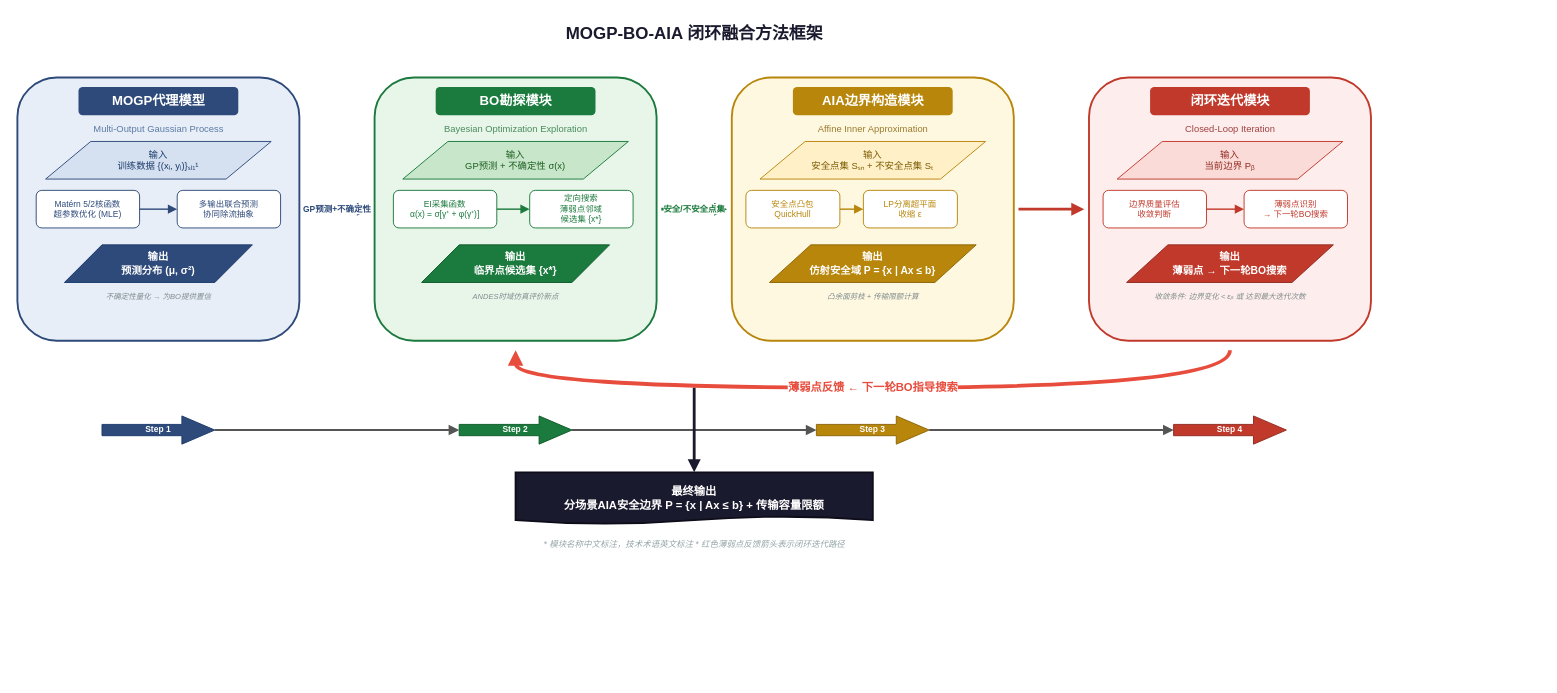
The draw.io diagram paper/figures/fig2_framework.drawio in shannondelaune56262-source/beyesgp, before the edit. Source tidied: cells renumbered, new cells numbered last; positions are measured from the earlier drawing's top-left corner, leaving out a move shared by most shapes. Both pictures are drawn from the tidied source at 94%, with x=0, y=0 at pixel (17, 16).
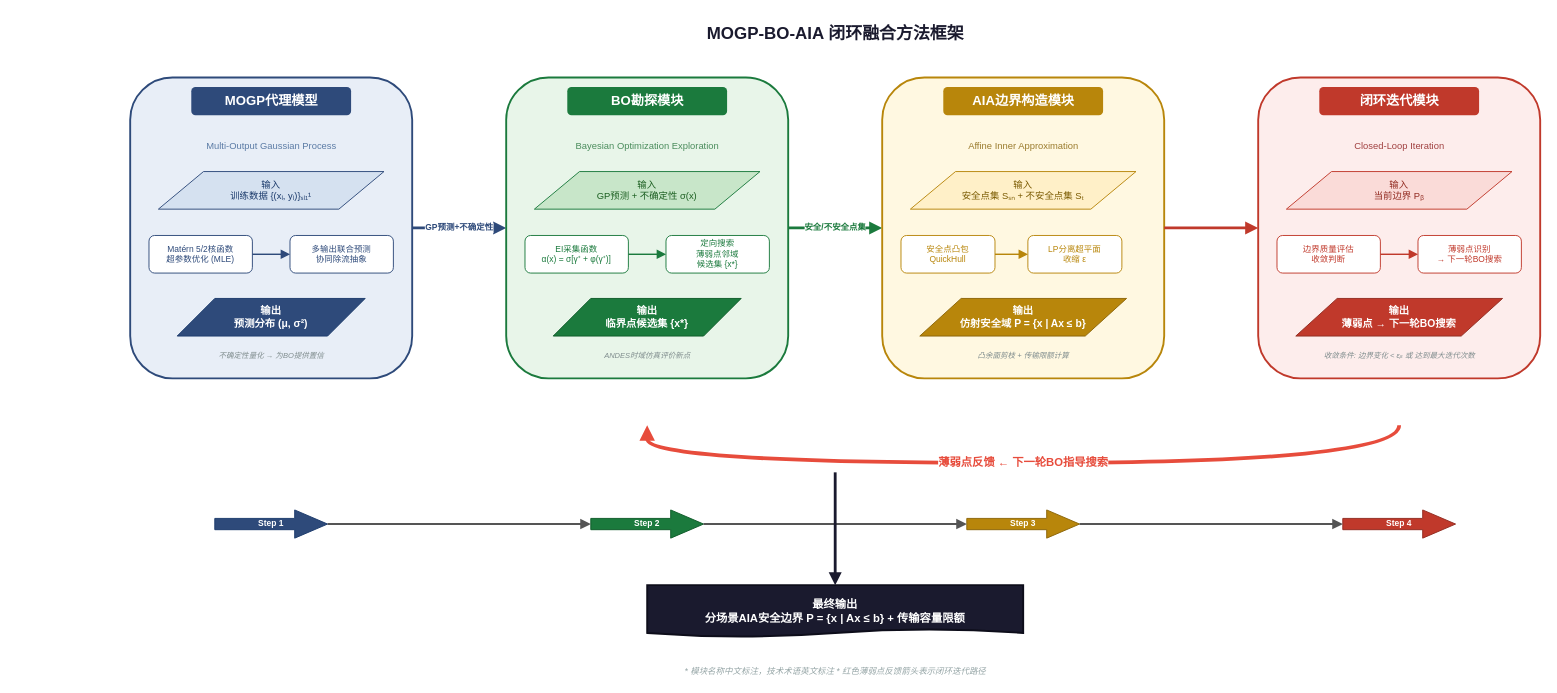
The same page after the edit.

What changed in the source:
```diff
@@
     <mxCell id="2" value="MOGP-BO-AIA 闭环融合方法框架" style="text;html=1;align=center;verticalAlign=middle;fontSize=18;fontStyle=1;fontColor=#1A1A2E;" parent="1" vertex="1">
-      <mxGeometry x="470" width="500" height="36" as="geometry" />
+      <mxGeometry x="620" width="500" height="36" as="geometry" />
     </mxCell>
     <mxCell id="3" style="rounded=1;whiteSpace=wrap;fillColor=#E8EEF7;strokeColor=#2E4A7A;strokeWidth=2;" parent="1" vertex="1">
-      <mxGeometry y="65" width="300" height="280" as="geometry" />
+      <mxGeometry x="120" y="65" width="300" height="320" as="geometry" />
     </mxCell>
     <mxCell id="4" value="MOGP代理模型" style="text;html=1;fontSize=14;fontStyle=1;fontColor=#FFFFFF;fillColor=#2E4A7A;strokeColor=none;rounded=1;align=center;verticalAlign=middle;" parent="1" vertex="1">
-      <mxGeometry x="65" y="75" width="170" height="30" as="geometry" />
+      <mxGeometry x="185" y="75" width="170" height="30" as="geometry" />
     </mxCell>
     <mxCell id="5" value="Multi-Output Gaussian Process" style="text;html=1;fontSize=10;fontColor=#5B7BA5;align=center;" parent="1" vertex="1">
-      <mxGeometry x="50" y="107" width="200" height="18" as="geometry" />
+      <mxGeometry x="170" y="125" width="200" height="18" as="geometry" />
     </mxCell>
     <mxCell id="6" value="输入&#10;训练数据 {(xᵢ, yᵢ)}ₛᵢ₁¹" style="shape=parallelogram;whiteSpace=wrap;fillColor=#D5E1F0;strokeColor=#2E4A7A;strokeWidth=1;fontSize=10;fontColor=#1B3A6B;fontStyle=0;align=center;" parent="1" vertex="1">
-      <mxGeometry x="30" y="133" width="240" height="40" as="geometry" />
+      <mxGeometry x="150" y="165" width="240" height="40" as="geometry" />
     </mxCell>
     <mxCell id="7" value="Matérn 5/2核函数&#10;超参数优化 (MLE)" style="rounded=1;whiteSpace=wrap;fillColor=#FFFFFF;strokeColor=#2E4A7A;strokeWidth=1;fontSize=9;fontColor=#2E4A7A;align=center;" parent="1" vertex="1">
-      <mxGeometry x="20" y="185" width="110" height="40" as="geometry" />
+      <mxGeometry x="140" y="233" width="110" height="40" as="geometry" />
     </mxCell>
     <mxCell id="8" value="多输出联合预测&#10;协同除流抽象" style="rounded=1;whiteSpace=wrap;fillColor=#FFFFFF;strokeColor=#2E4A7A;strokeWidth=1;fontSize=9;fontColor=#2E4A7A;align=center;" parent="1" vertex="1">
-      <mxGeometry x="170" y="185" width="110" height="40" as="geometry" />
+      <mxGeometry x="290" y="233" width="110" height="40" as="geometry" />
     </mxCell>
     <mxCell id="9" style="endArrow=block;html=1;strokeColor=#2E4A7A;strokeWidth=1.5;" parent="1" edge="1">
       <mxGeometry relative="1" as="geometry">
-        <mxPoint x="130" y="205" as="sourcePoint" />
-        <mxPoint x="170" y="205" as="targetPoint" />
+        <mxPoint x="250" y="253" as="sourcePoint" />
+        <mxPoint x="290" y="253" as="targetPoint" />
       </mxGeometry>
     </mxCell>
     <mxCell id="10" value="输出&#10;预测分布 (μ, σ²)" style="shape=parallelogram;whiteSpace=wrap;fillColor=#2E4A7A;strokeColor=#1B3A6B;strokeWidth=1;fontSize=11;fontColor=#FFFFFF;fontStyle=1;align=center;" parent="1" vertex="1">
-      <mxGeometry x="50" y="243" width="200" height="40" as="geometry" />
+      <mxGeometry x="170" y="300" width="200" height="40" as="geometry" />
     </mxCell>
     <mxCell id="11" value="不确定性量化 → 为BO提供置信" style="text;html=1;fontSize=8;fontColor=#7F8C8D;fontStyle=2;align=center;" parent="1" vertex="1">
-      <mxGeometry x="50" y="287" width="200" height="16" as="geometry" />
+      <mxGeometry x="170" y="350" width="200" height="16" as="geometry" />
     </mxCell>
-    <mxCell id="12" value="GP预测+不确定性" style="endArrow=block;html=1;strokeColor=#2E4A7A;strokeWidth=3;fontSize=9;fontStyle=1;fontColor=#2E4A7A;labelBackgroundColor=#FFFFFF;" parent="1" edge="1">
+    <mxCell id="12" value="GP预测+不确定性" style="endArrow=block;html=1;strokeColor=#2E4A7A;strokeWidth=3;fontSize=9;fontStyle=1;fontColor=#2E4A7A;labelBackgroundColor=#FFFFFF;verticalLabelPosition=top;labelPosition=center;" parent="1" edge="1">
       <mxGeometry relative="1" as="geometry">
-        <mxPoint x="305" y="205" as="sourcePoint" />
-        <mxPoint x="375" y="205" as="targetPoint" />
+        <mxPoint x="420" y="225" as="sourcePoint" />
+        <mxPoint x="520" y="225" as="targetPoint" />
       </mxGeometry>
     </mxCell>
     <mxCell id="13" style="rounded=1;whiteSpace=wrap;fillColor=#E8F5E9;strokeColor=#1B7A3D;strokeWidth=2;" parent="1" vertex="1">
-      <mxGeometry x="380" y="65" width="300" height="280" as="geometry" />
+      <mxGeometry x="520" y="65" width="300" height="320" as="geometry" />
     </mxCell>
     <mxCell id="14" value="BO勘探模块" style="text;html=1;fontSize=14;fontStyle=1;fontColor=#FFFFFF;fillColor=#1B7A3D;strokeColor=none;rounded=1;align=center;verticalAlign=middle;" parent="1" vertex="1">
-      <mxGeometry x="445" y="75" width="170" height="30" as="geometry" />
+      <mxGeometry x="585" y="75" width="170" height="30" as="geometry" />
     </mxCell>
     <mxCell id="15" value="Bayesian Optimization Exploration" style="text;html=1;fontSize=10;fontColor=#4A8C5C;align=center;" parent="1" vertex="1">
-      <mxGeometry x="430" y="107" width="200" height="18" as="geometry" />
+      <mxGeometry x="570" y="125" width="200" height="18" as="geometry" />
     </mxCell>
     <mxCell id="16" value="输入&#10;GP预测 + 不确定性 σ(x)" style="shape=parallelogram;whiteSpace=wrap;fillColor=#C8E6C9;strokeColor=#1B7A3D;strokeWidth=1;fontSize=10;fontColor=#1B5E20;align=center;" parent="1" vertex="1">
-      <mxGeometry x="410" y="133" width="240" height="40" as="geometry" />
+      <mxGeometry x="550" y="165" width="240" height="40" as="geometry" />
     </mxCell>
     <mxCell id="17" value="EI采集函数&#10;α(x) = σ[γ⁺ + φ(γ⁺)]" style="rounded=1;whiteSpace=wrap;fillColor=#FFFFFF;strokeColor=#1B7A3D;strokeWidth=1;fontSize=9;fontColor=#1B7A3D;align=center;" parent="1" vertex="1">
-      <mxGeometry x="400" y="185" width="110" height="40" as="geometry" />
+      <mxGeometry x="540" y="233" width="110" height="40" as="geometry" />
     </mxCell>
     <mxCell id="18" value="定向搜索&#10;薄弱点邻域&#10;候选集 {x*}" style="rounded=1;whiteSpace=wrap;fillColor=#FFFFFF;strokeColor=#1B7A3D;strokeWidth=1;fontSize=9;fontColor=#1B7A3D;align=center;" parent="1" vertex="1">
-      <mxGeometry x="545" y="185" width="110" height="40" as="geometry" />
+      <mxGeometry x="690" y="233" width="110" height="40" as="geometry" />
     </mxCell>
     <mxCell id="19" style="endArrow=block;html=1;strokeColor=#1B7A3D;strokeWidth=1.5;" parent="1" edge="1">
       <mxGeometry relative="1" as="geometry">
-        <mxPoint x="510" y="205" as="sourcePoint" />
-        <mxPoint x="545" y="205" as="targetPoint" />
+        <mxPoint x="650" y="253" as="sourcePoint" />
+        <mxPoint x="690" y="253" as="targetPoint" />
       </mxGeometry>
     </mxCell>
     <mxCell id="20" value="输出&#10;临界点候选集 {x*}" style="shape=parallelogram;whiteSpace=wrap;fillColor=#1B7A3D;strokeColor=#0D5A28;strokeWidth=1;fontSize=11;fontColor=#FFFFFF;fontStyle=1;align=center;" parent="1" vertex="1">
-      <mxGeometry x="430" y="243" width="200" height="40" as="geometry" />
+      <mxGeometry x="570" y="300" width="200" height="40" as="geometry" />
     </mxCell>
     <mxCell id="21" value="ANDES时域仿真评价新点" style="text;html=1;fontSize=8;fontColor=#7F8C8D;fontStyle=2;align=center;" parent="1" vertex="1">
-      <mxGeometry x="430" y="287" width="200" height="16" as="geometry" />
+      <mxGeometry x="570" y="350" width="200" height="16" as="geometry" />
     </mxCell>
-    <mxCell id="22" value="安全/不安全点集" style="endArrow=block;html=1;strokeColor=#1B7A3D;strokeWidth=3;fontSize=9;fontStyle=1;fontColor=#1B7A3D;labelBackgroundColor=#FFFFFF;" parent="1" edge="1">
+    <mxCell id="22" value="安全/不安全点集" style="endArrow=block;html=1;strokeColor=#1B7A3D;strokeWidth=3;fontSize=9;fontStyle=1;fontColor=#1B7A3D;labelBackgroundColor=#FFFFFF;verticalLabelPosition=top;labelPosition=center;" parent="1" edge="1">
       <mxGeometry relative="1" as="geometry">
-        <mxPoint x="685" y="205" as="sourcePoint" />
-        <mxPoint x="755" y="205" as="targetPoint" />
+        <mxPoint x="820" y="225" as="sourcePoint" />
+        <mxPoint x="920" y="225" as="targetPoint" />
       </mxGeometry>
     </mxCell>
     <mxCell id="23" style="rounded=1;whiteSpace=wrap;fillColor=#FFF8E1;strokeColor=#B8860B;strokeWidth=2;" parent="1" vertex="1">
-      <mxGeometry x="760" y="65" width="300" height="280" as="geometry" />
+      <mxGeometry x="920" y="65" width="300" height="320" as="geometry" />
     </mxCell>
     <mxCell id="24" value="AIA边界构造模块" style="text;html=1;fontSize=14;fontStyle=1;fontColor=#FFFFFF;fillColor=#B8860B;strokeColor=none;rounded=1;align=center;verticalAlign=middle;" parent="1" vertex="1">
-      <mxGeometry x="825" y="75" width="170" height="30" as="geometry" />
+      <mxGeometry x="985" y="75" width="170" height="30" as="geometry" />
     </mxCell>
     <mxCell id="25" value="Affine Inner Approximation" style="text;html=1;fontSize=10;fontColor=#9A7B2D;align=center;" parent="1" vertex="1">
-      <mxGeometry x="810" y="107" width="200" height="18" as="geometry" />
+      <mxGeometry x="970" y="125" width="200" height="18" as="geometry" />
     </mxCell>
     <mxCell id="26" value="输入&#10;安全点集 Sₛₙ + 不安全点集 Sₜ" style="shape=parallelogram;whiteSpace=wrap;fillColor=#FFF0C8;strokeColor=#B8860B;strokeWidth=1;fontSize=10;fontColor=#7A5A00;align=center;" parent="1" vertex="1">
-      <mxGeometry x="790" y="133" width="240" height="40" as="geometry" />
+      <mxGeometry x="950" y="165" width="240" height="40" as="geometry" />
     </mxCell>
     <mxCell id="27" value="安全点凸包&#10;QuickHull" style="rounded=1;whiteSpace=wrap;fillColor=#FFFFFF;strokeColor=#B8860B;strokeWidth=1;fontSize=9;fontColor=#B8860B;align=center;" parent="1" vertex="1">
-      <mxGeometry x="775" y="185" width="100" height="40" as="geometry" />
+      <mxGeometry x="940" y="233" width="100" height="40" as="geometry" />
     </mxCell>
     <mxCell id="28" value="LP分离超平面&#10;收缩 ε" style="rounded=1;whiteSpace=wrap;fillColor=#FFFFFF;strokeColor=#B8860B;strokeWidth=1;fontSize=9;fontColor=#B8860B;align=center;" parent="1" vertex="1">
-      <mxGeometry x="900" y="185" width="100" height="40" as="geometry" />
+      <mxGeometry x="1075" y="233" width="100" height="40" as="geometry" />
     </mxCell>
     <mxCell id="29" style="endArrow=block;html=1;strokeColor=#B8860B;strokeWidth=1.5;" parent="1" edge="1">
       <mxGeometry relative="1" as="geometry">
-        <mxPoint x="875" y="205" as="sourcePoint" />
-        <mxPoint x="900" y="205" as="targetPoint" />
+        <mxPoint x="1040" y="253" as="sourcePoint" />
+        <mxPoint x="1075" y="253" as="targetPoint" />
       </mxGeometry>
     </mxCell>
     <mxCell id="30" value="输出&#10;仿射安全域 P = {x | Ax ≤ b}" style="shape=parallelogram;whiteSpace=wrap;fillColor=#B8860B;strokeColor=#8B6508;strokeWidth=1;fontSize=11;fontColor=#FFFFFF;fontStyle=1;align=center;" parent="1" vertex="1">
-      <mxGeometry x="800" y="243" width="220" height="40" as="geometry" />
+      <mxGeometry x="960" y="300" width="220" height="40" as="geometry" />
     </mxCell>
     <mxCell id="31" value="凸余面剪枝 + 传输限额计算" style="text;html=1;fontSize=8;fontColor=#7F8C8D;fontStyle=2;align=center;" parent="1" vertex="1">
-      <mxGeometry x="810" y="287" width="200" height="16" as="geometry" />
+      <mxGeometry x="970" y="350" width="200" height="16" as="geometry" />
     </mxCell>
     <mxCell id="32" style="endArrow=block;html=1;strokeColor=#C0392B;strokeWidth=3;" parent="1" edge="1">
       <mxGeometry relative="1" as="geometry">
-        <mxPoint x="1065" y="205" as="sourcePoint" />
-        <mxPoint x="1135" y="205" as="targetPoint" />
+        <mxPoint x="1220" y="225" as="sourcePoint" />
+        <mxPoint x="1320" y="225" as="targetPoint" />
       </mxGeometry>
     </mxCell>
     <mxCell id="33" style="rounded=1;whiteSpace=wrap;fillColor=#FDEDEC;strokeColor=#C0392B;strokeWidth=2;" parent="1" vertex="1">
-      <mxGeometry x="1140" y="65" width="300" height="280" as="geometry" />
+      <mxGeometry x="1320" y="65" width="300" height="320" as="geometry" />
     </mxCell>
     <mxCell id="34" value="闭环迭代模块" style="text;html=1;fontSize=14;fontStyle=1;fontColor=#FFFFFF;fillColor=#C0392B;strokeColor=none;rounded=1;align=center;verticalAlign=middle;" parent="1" vertex="1">
-      <mxGeometry x="1205" y="75" width="170" height="30" as="geometry" />
+      <mxGeometry x="1385" y="75" width="170" height="30" as="geometry" />
     </mxCell>
     <mxCell id="35" value="Closed-Loop Iteration" style="text;html=1;fontSize=10;fontColor=#A04040;align=center;" parent="1" vertex="1">
-      <mxGeometry x="1190" y="107" width="200" height="18" as="geometry" />
+      <mxGeometry x="1370" y="125" width="200" height="18" as="geometry" />
     </mxCell>
     <mxCell id="36" value="输入&#10;当前边界 Pᵦ" style="shape=parallelogram;whiteSpace=wrap;fillColor=#FADBD8;strokeColor=#C0392B;strokeWidth=1;fontSize=10;fontColor=#922B21;align=center;" parent="1" vertex="1">
-      <mxGeometry x="1170" y="133" width="240" height="40" as="geometry" />
+      <mxGeometry x="1350" y="165" width="240" height="40" as="geometry" />
     </mxCell>
     <mxCell id="37" value="边界质量评估&#10;收敛判断" style="rounded=1;whiteSpace=wrap;fillColor=#FFFFFF;strokeColor=#C0392B;strokeWidth=1;fontSize=9;fontColor=#C0392B;align=center;" parent="1" vertex="1">
-      <mxGeometry x="1155" y="185" width="110" height="40" as="geometry" />
+      <mxGeometry x="1340" y="233" width="110" height="40" as="geometry" />
     </mxCell>
     <mxCell id="38" value="薄弱点识别&#10;→ 下一轮BO搜索" style="rounded=1;whiteSpace=wrap;fillColor=#FFFFFF;strokeColor=#C0392B;strokeWidth=1;fontSize=9;fontColor=#C0392B;align=center;" parent="1" vertex="1">
-      <mxGeometry x="1305" y="185" width="110" height="40" as="geometry" />
+      <mxGeometry x="1490" y="233" width="110" height="40" as="geometry" />
     </mxCell>
     <mxCell id="39" style="endArrow=block;html=1;strokeColor=#C0392B;strokeWidth=1.5;" parent="1" edge="1">
       <mxGeometry relative="1" as="geometry">
-        <mxPoint x="1265" y="205" as="sourcePoint" />
-        <mxPoint x="1305" y="205" as="targetPoint" />
+        <mxPoint x="1450" y="253" as="sourcePoint" />
+        <mxPoint x="1490" y="253" as="targetPoint" />
       </mxGeometry>
     </mxCell>
     <mxCell id="40" value="输出&#10;薄弱点 → 下一轮BO搜索" style="shape=parallelogram;whiteSpace=wrap;fillColor=#C0392B;strokeColor=#922B21;strokeWidth=1;fontSize=11;fontColor=#FFFFFF;fontStyle=1;align=center;" parent="1" vertex="1">
-      <mxGeometry x="1180" y="243" width="220" height="40" as="geometry" />
+      <mxGeometry x="1360" y="300" width="220" height="40" as="geometry" />
     </mxCell>
     <mxCell id="41" value="收敛条件: 边界变化 &lt; εᵦ 或 达到最大迭代次数" style="text;html=1;fontSize=8;fontColor=#7F8C8D;fontStyle=2;align=center;" parent="1" vertex="1">
-      <mxGeometry x="1160" y="287" width="260" height="16" as="geometry" />
+      <mxGeometry x="1340" y="350" width="260" height="16" as="geometry" />
     </mxCell>
     <mxCell id="42" value="薄弱点反馈 ← 下一轮BO指导搜索" style="endArrow=block;html=1;strokeColor=#E74C3C;strokeWidth=4;curved=1;fontSize=12;fontStyle=1;fontColor=#E74C3C;labelBackgroundColor=#FFFFFF;dashed=0;" parent="1" edge="1">
       <mxGeometry relative="1" as="geometry">
-        <mxPoint x="1290" y="355" as="sourcePoint" />
-        <mxPoint x="530" y="355" as="targetPoint" />
+        <mxPoint x="1470" y="435" as="sourcePoint" />
+        <mxPoint x="670" y="435" as="targetPoint" />
         <Array as="points">
-          <mxPoint x="1290" y="395" />
-          <mxPoint x="530" y="395" />
+          <mxPoint x="1470" y="475" />
+          <mxPoint x="670" y="475" />
         </Array>
       </mxGeometry>
     </mxCell>
     <mxCell id="43" value="Step 1" style="shape=mxgraph.arrows2.arrow;dy=0.6;dx=35;notch=0;fillColor=#2E4A7A;strokeColor=#1B3A6B;fontColor=#FFFFFF;fontSize=9;fontStyle=1;whiteSpace=wrap;align=center;" parent="1" vertex="1">
-      <mxGeometry x="90" y="425" width="120" height="30" as="geometry" />
+      <mxGeometry x="210" y="525" width="120" height="30" as="geometry" />
     </mxCell>
     <mxCell id="44" value="Step 2" style="shape=mxgraph.arrows2.arrow;dy=0.6;dx=35;notch=0;fillColor=#1B7A3D;strokeColor=#0D5A28;fontColor=#FFFFFF;fontSize=9;fontStyle=1;whiteSpace=wrap;align=center;" parent="1" vertex="1">
-      <mxGeometry x="470" y="425" width="120" height="30" as="geometry" />
+      <mxGeometry x="610" y="525" width="120" height="30" as="geometry" />
     </mxCell>
     <mxCell id="45" value="Step 3" style="shape=mxgraph.arrows2.arrow;dy=0.6;dx=35;notch=0;fillColor=#B8860B;strokeColor=#8B6508;fontColor=#FFFFFF;fontSize=9;fontStyle=1;whiteSpace=wrap;align=center;" parent="1" vertex="1">
-      <mxGeometry x="850" y="425" width="120" height="30" as="geometry" />
+      <mxGeometry x="1010" y="525" width="120" height="30" as="geometry" />
     </mxCell>
     <mxCell id="46" value="Step 4" style="shape=mxgraph.arrows2.arrow;dy=0.6;dx=35;notch=0;fillColor=#C0392B;strokeColor=#922B21;fontColor=#FFFFFF;fontSize=9;fontStyle=1;whiteSpace=wrap;align=center;" parent="1" vertex="1">
-      <mxGeometry x="1230" y="425" width="120" height="30" as="geometry" />
+      <mxGeometry x="1410" y="525" width="120" height="30" as="geometry" />
     </mxCell>
     <mxCell id="47" style="endArrow=block;html=1;strokeColor=#555555;strokeWidth=2;" parent="1" edge="1">
       <mxGeometry relative="1" as="geometry">
-        <mxPoint x="210" y="440" as="sourcePoint" />
-        <mxPoint x="470" y="440" as="targetPoint" />
+        <mxPoint x="330" y="540" as="sourcePoint" />
+        <mxPoint x="610" y="540" as="targetPoint" />
       </mxGeometry>
     </mxCell>
     <mxCell id="48" style="endArrow=block;html=1;strokeColor=#555555;strokeWidth=2;" parent="1" edge="1">
       <mxGeometry relative="1" as="geometry">
-        <mxPoint x="590" y="440" as="sourcePoint" />
-        <mxPoint x="850" y="440" as="targetPoint" />
+        <mxPoint x="730" y="540" as="sourcePoint" />
+        <mxPoint x="1010" y="540" as="targetPoint" />
       </mxGeometry>
     </mxCell>
     <mxCell id="49" style="endArrow=block;html=1;strokeColor=#555555;strokeWidth=2;" parent="1" edge="1">
       <mxGeometry relative="1" as="geometry">
-        <mxPoint x="970" y="440" as="sourcePoint" />
-        <mxPoint x="1230" y="440" as="targetPoint" />
+        <mxPoint x="1130" y="540" as="sourcePoint" />
+        <mxPoint x="1410" y="540" as="targetPoint" />
       </mxGeometry>
     </mxCell>
     <mxCell id="50" value="最终输出&#10;分场景AIA安全边界 P = {x | Ax ≤ b} + 传输容量限额" style="shape=document;whiteSpace=wrap;fillColor=#1A1A2E;strokeColor=#0D0D1A;strokeWidth=2;fontSize=12;fontColor=#FFFFFF;fontStyle=1;align=center;size=0.15;" parent="1" vertex="1">
-      <mxGeometry x="530" y="485" width="380" height="55" as="geometry" />
+      <mxGeometry x="670" y="605" width="400" height="55" as="geometry" />
     </mxCell>
     <mxCell id="51" style="endArrow=block;html=1;strokeColor=#1A1A2E;strokeWidth=3;" parent="1" edge="1">
       <mxGeometry relative="1" as="geometry">
-        <mxPoint x="720" y="395" as="sourcePoint" />
-        <mxPoint x="720" y="485" as="targetPoint" />
+        <mxPoint x="870" y="485" as="sourcePoint" />
+        <mxPoint x="870" y="605" as="targetPoint" />
       </mxGeometry>
     </mxCell>
     <mxCell id="52" value="* 模块名称中文标注，技术术语英文标注 * 红色薄弱点反馈箭头表示闭环迭代路径" style="text;html=1;fontSize=9;fontColor=#95A5A6;fontStyle=2;align=center;" parent="1" vertex="1">
-      <mxGeometry x="470" y="550" width="500" height="18" as="geometry" />
+      <mxGeometry x="620" y="685" width="500" height="18" as="geometry" />
     </mxCell>
```
